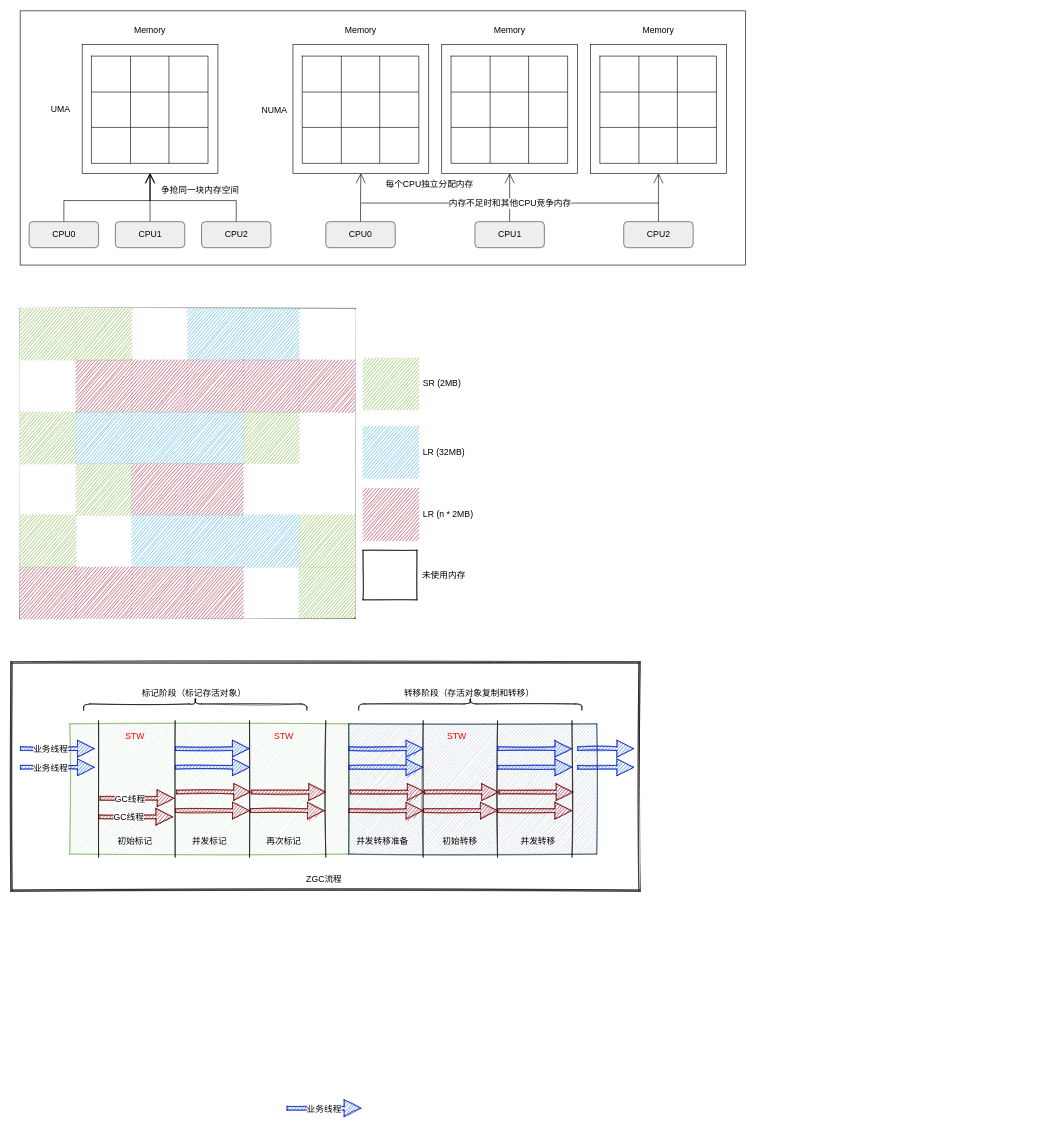
Above: learn/JVM ZGC垃圾收集器.drawio in Leo-Lee-j/sketch (draw.io), before the change. Source tidied: cells renumbered, new cells numbered last; positions are measured from the earlier drawing's top-left corner, leaving out a move shared by most shapes. Both pictures are drawn from the tidied source at 62%, with x=0, y=0 at pixel (11, 11).
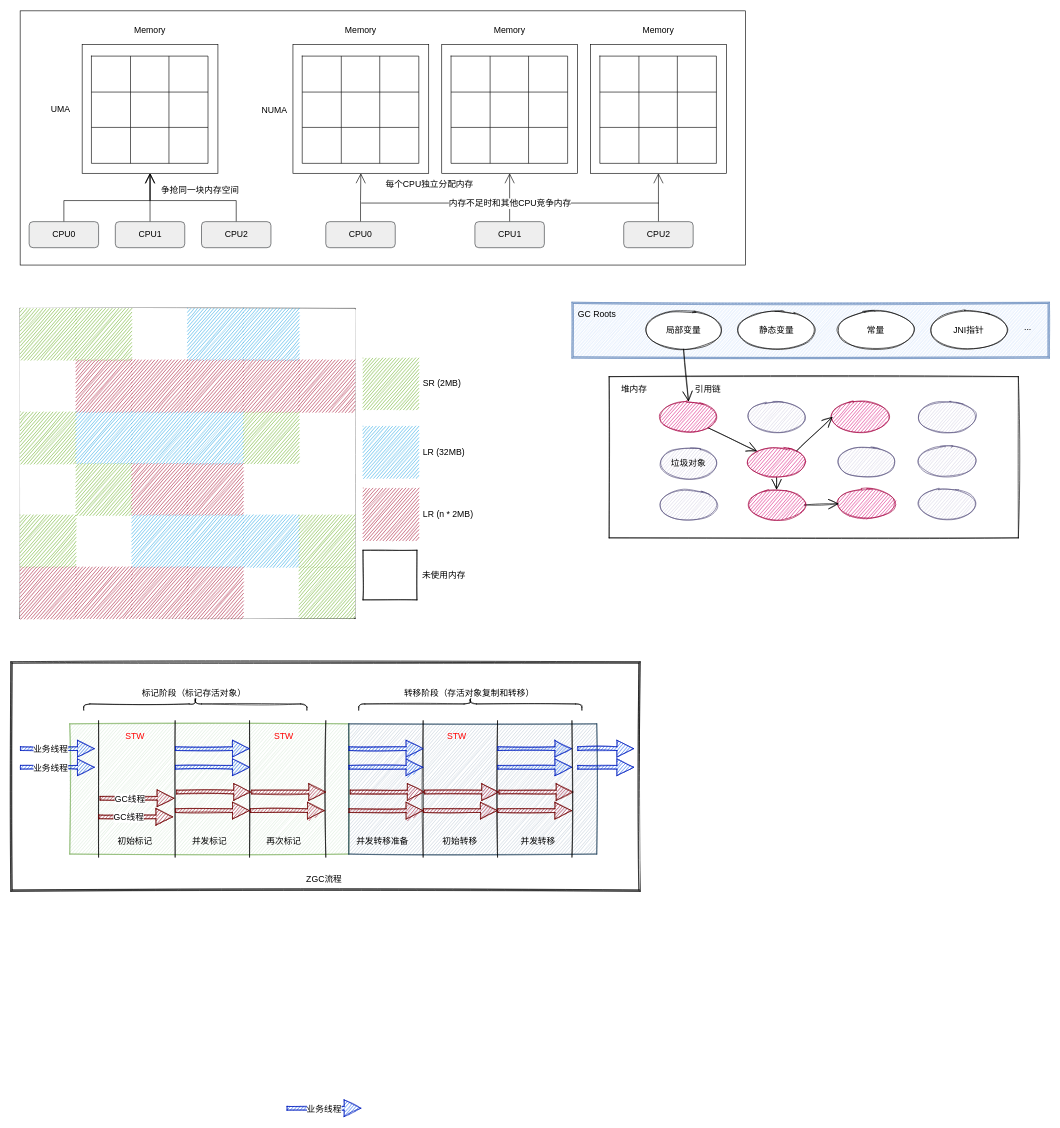
After the change.

Commit message (it also covers changes not shown here):
更新JVM ZGC垃圾收集器.drawio

Change to the diagram source:
```diff
@@
+    <mxCell id="186" style="rounded=0;whiteSpace=wrap;html=1;shadow=0;sketch=1;hachureGap=4;fontSize=14;fontColor=#000000;" parent="1" vertex="1">
+      <mxGeometry x="965" y="590" width="660" height="260" as="geometry" />
+    </mxCell>
@@
+    <mxCell id="187" style="shape=ext;double=1;rounded=0;whiteSpace=wrap;html=1;shadow=0;sketch=1;hachureGap=4;fontSize=14;fillColor=#dae8fc;strokeColor=#6c8ebf;" parent="1" vertex="1">
+      <mxGeometry x="905" y="470" width="770" height="90" as="geometry" />
+    </mxCell>
+    <mxCell id="188" value="GC Roots" style="text;html=1;align=center;verticalAlign=middle;strokeColor=none;fillColor=none;shadow=0;sketch=1;hachureGap=4;fontSize=14;fontColor=#000000;" parent="1" vertex="1">
+      <mxGeometry x="905" y="480" width="80" height="20" as="geometry" />
+    </mxCell>
+    <mxCell id="189" style="rounded=0;sketch=1;jettySize=auto;html=1;exitX=0.5;exitY=1;exitDx=0;exitDy=0;entryX=0.5;entryY=0;entryDx=0;entryDy=0;fontSize=14;fontColor=#000000;endArrow=open;startSize=14;endSize=14;sourcePerimeterSpacing=8;targetPerimeterSpacing=8;" parent="1" edge="1" source="190" target="197">
+      <mxGeometry relative="1" as="geometry" />
+    </mxCell>
+    <mxCell id="190" value="局部变量" style="ellipse;whiteSpace=wrap;html=1;shadow=0;sketch=1;hachureGap=4;fontSize=14;" parent="1" vertex="1">
+      <mxGeometry x="1025" y="485" width="120" height="60" as="geometry" />
+    </mxCell>
+    <mxCell id="191" value="静态变量" style="ellipse;whiteSpace=wrap;html=1;shadow=0;sketch=1;hachureGap=4;fontSize=14;" parent="1" vertex="1">
+      <mxGeometry x="1175" y="485" width="120" height="60" as="geometry" />
+    </mxCell>
+    <mxCell id="192" value="常量" style="ellipse;whiteSpace=wrap;html=1;shadow=0;sketch=1;hachureGap=4;fontSize=14;" parent="1" vertex="1">
+      <mxGeometry x="1335" y="485" width="120" height="60" as="geometry" />
+    </mxCell>
+    <mxCell id="193" value="JNI指针" style="ellipse;whiteSpace=wrap;html=1;shadow=0;sketch=1;hachureGap=4;fontSize=14;" parent="1" vertex="1">
+      <mxGeometry x="1485" y="485" width="120" height="60" as="geometry" />
+    </mxCell>
+    <mxCell id="194" value="..." style="text;html=1;align=center;verticalAlign=middle;strokeColor=none;fillColor=none;shadow=0;sketch=1;hachureGap=4;fontSize=14;fontColor=#000000;" parent="1" vertex="1">
+      <mxGeometry x="1625" y="500" width="30" height="20" as="geometry" />
+    </mxCell>
+    <mxCell id="195" value="堆内存" style="text;html=1;align=center;verticalAlign=middle;strokeColor=none;fillColor=none;shadow=0;sketch=1;hachureGap=4;fontSize=14;fontColor=#000000;" parent="1" vertex="1">
+      <mxGeometry x="975" y="600" width="60" height="20" as="geometry" />
+    </mxCell>
+    <mxCell id="196" style="edgeStyle=none;rounded=0;sketch=1;jettySize=auto;html=1;exitX=1;exitY=1;exitDx=0;exitDy=0;entryX=0;entryY=0;entryDx=0;entryDy=0;fontSize=14;fontColor=#000000;endArrow=open;startSize=14;endSize=14;sourcePerimeterSpacing=8;targetPerimeterSpacing=8;" parent="1" edge="1" source="197" target="205">
+      <mxGeometry relative="1" as="geometry" />
+    </mxCell>
+    <mxCell id="197" style="ellipse;whiteSpace=wrap;html=1;shadow=0;sketch=1;hachureGap=4;fontSize=14;fontColor=#ffffff;fillColor=#d80073;strokeColor=#A50040;" parent="1" vertex="1">
+      <mxGeometry x="1048" y="630" width="90" height="50" as="geometry" />
+    </mxCell>
+    <mxCell id="198" style="ellipse;whiteSpace=wrap;html=1;shadow=0;sketch=1;hachureGap=4;fontSize=14;fillColor=#d0cee2;strokeColor=#56517e;" parent="1" vertex="1">
+      <mxGeometry x="1335" y="703" width="90" height="50" as="geometry" />
+    </mxCell>
+    <mxCell id="199" style="ellipse;whiteSpace=wrap;html=1;shadow=0;sketch=1;hachureGap=4;fontSize=14;fillColor=#d0cee2;strokeColor=#56517e;" parent="1" vertex="1">
+      <mxGeometry x="1190" y="630" width="90" height="50" as="geometry" />
+    </mxCell>
+    <mxCell id="200" style="ellipse;whiteSpace=wrap;html=1;shadow=0;sketch=1;hachureGap=4;fontSize=14;fontColor=#ffffff;fillColor=#d80073;strokeColor=#A50040;" parent="1" vertex="1">
+      <mxGeometry x="1325" y="630" width="90" height="50" as="geometry" />
+    </mxCell>
+    <mxCell id="201" style="ellipse;whiteSpace=wrap;html=1;shadow=0;sketch=1;hachureGap=4;fontSize=14;fillColor=#d0cee2;strokeColor=#56517e;" parent="1" vertex="1">
+      <mxGeometry x="1465" y="630" width="90" height="50" as="geometry" />
+    </mxCell>
+    <mxCell id="202" value="垃圾对象" style="ellipse;whiteSpace=wrap;html=1;shadow=0;sketch=1;hachureGap=4;fontSize=14;fillColor=#d0cee2;strokeColor=#56517e;" parent="1" vertex="1">
+      <mxGeometry x="1048" y="705" width="90" height="50" as="geometry" />
+    </mxCell>
+    <mxCell id="203" style="edgeStyle=none;rounded=0;sketch=1;jettySize=auto;html=1;exitX=0.5;exitY=1;exitDx=0;exitDy=0;entryX=0.5;entryY=0;entryDx=0;entryDy=0;fontSize=14;fontColor=#000000;endArrow=open;startSize=14;endSize=14;sourcePerimeterSpacing=8;targetPerimeterSpacing=8;" parent="1" edge="1" source="205" target="210">
+      <mxGeometry relative="1" as="geometry" />
+    </mxCell>
+    <mxCell id="204" style="edgeStyle=none;rounded=0;sketch=1;jettySize=auto;html=1;exitX=1;exitY=0;exitDx=0;exitDy=0;entryX=0;entryY=0.5;entryDx=0;entryDy=0;fontSize=14;fontColor=#000000;endArrow=open;startSize=14;endSize=14;sourcePerimeterSpacing=8;targetPerimeterSpacing=8;" parent="1" edge="1" source="205" target="200">
+      <mxGeometry relative="1" as="geometry" />
+    </mxCell>
+    <mxCell id="205" style="ellipse;whiteSpace=wrap;html=1;shadow=0;sketch=1;hachureGap=4;fontSize=14;fontColor=#ffffff;fillColor=#d80073;strokeColor=#A50040;" parent="1" vertex="1">
+      <mxGeometry x="1190" y="703" width="90" height="50" as="geometry" />
+    </mxCell>
+    <mxCell id="206" style="ellipse;whiteSpace=wrap;html=1;shadow=0;sketch=1;hachureGap=4;fontSize=14;fontColor=#ffffff;fillColor=#d80073;strokeColor=#A50040;" parent="1" vertex="1">
+      <mxGeometry x="1335" y="770" width="90" height="50" as="geometry" />
+    </mxCell>
+    <mxCell id="207" style="ellipse;whiteSpace=wrap;html=1;shadow=0;sketch=1;hachureGap=4;fontSize=14;fillColor=#d0cee2;strokeColor=#56517e;" parent="1" vertex="1">
+      <mxGeometry x="1465" y="701.5" width="90" height="50" as="geometry" />
+    </mxCell>
+    <mxCell id="208" style="ellipse;whiteSpace=wrap;html=1;shadow=0;sketch=1;hachureGap=4;fontSize=14;fillColor=#d0cee2;strokeColor=#56517e;" parent="1" vertex="1">
+      <mxGeometry x="1048" y="772" width="90" height="50" as="geometry" />
+    </mxCell>
+    <mxCell id="209" style="edgeStyle=none;rounded=0;sketch=1;jettySize=auto;html=1;exitX=1;exitY=0.5;exitDx=0;exitDy=0;entryX=0;entryY=0.5;entryDx=0;entryDy=0;fontSize=14;fontColor=#000000;endArrow=open;startSize=14;endSize=14;sourcePerimeterSpacing=8;targetPerimeterSpacing=8;" parent="1" edge="1" source="210" target="206">
+      <mxGeometry relative="1" as="geometry" />
+    </mxCell>
+    <mxCell id="210" style="ellipse;whiteSpace=wrap;html=1;shadow=0;sketch=1;hachureGap=4;fontSize=14;fontColor=#ffffff;fillColor=#d80073;strokeColor=#A50040;" parent="1" vertex="1">
+      <mxGeometry x="1190" y="772" width="90" height="50" as="geometry" />
+    </mxCell>
+    <mxCell id="211" style="ellipse;whiteSpace=wrap;html=1;shadow=0;sketch=1;hachureGap=4;fontSize=14;fillColor=#d0cee2;strokeColor=#56517e;" parent="1" vertex="1">
+      <mxGeometry x="1465" y="770" width="90" height="50" as="geometry" />
+    </mxCell>
+    <mxCell id="212" value="引用链" style="text;html=1;align=center;verticalAlign=middle;strokeColor=none;fillColor=none;shadow=0;sketch=1;hachureGap=4;fontSize=14;fontColor=#000000;" parent="1" vertex="1">
+      <mxGeometry x="1094" y="600" width="60" height="20" as="geometry" />
+    </mxCell>
```
